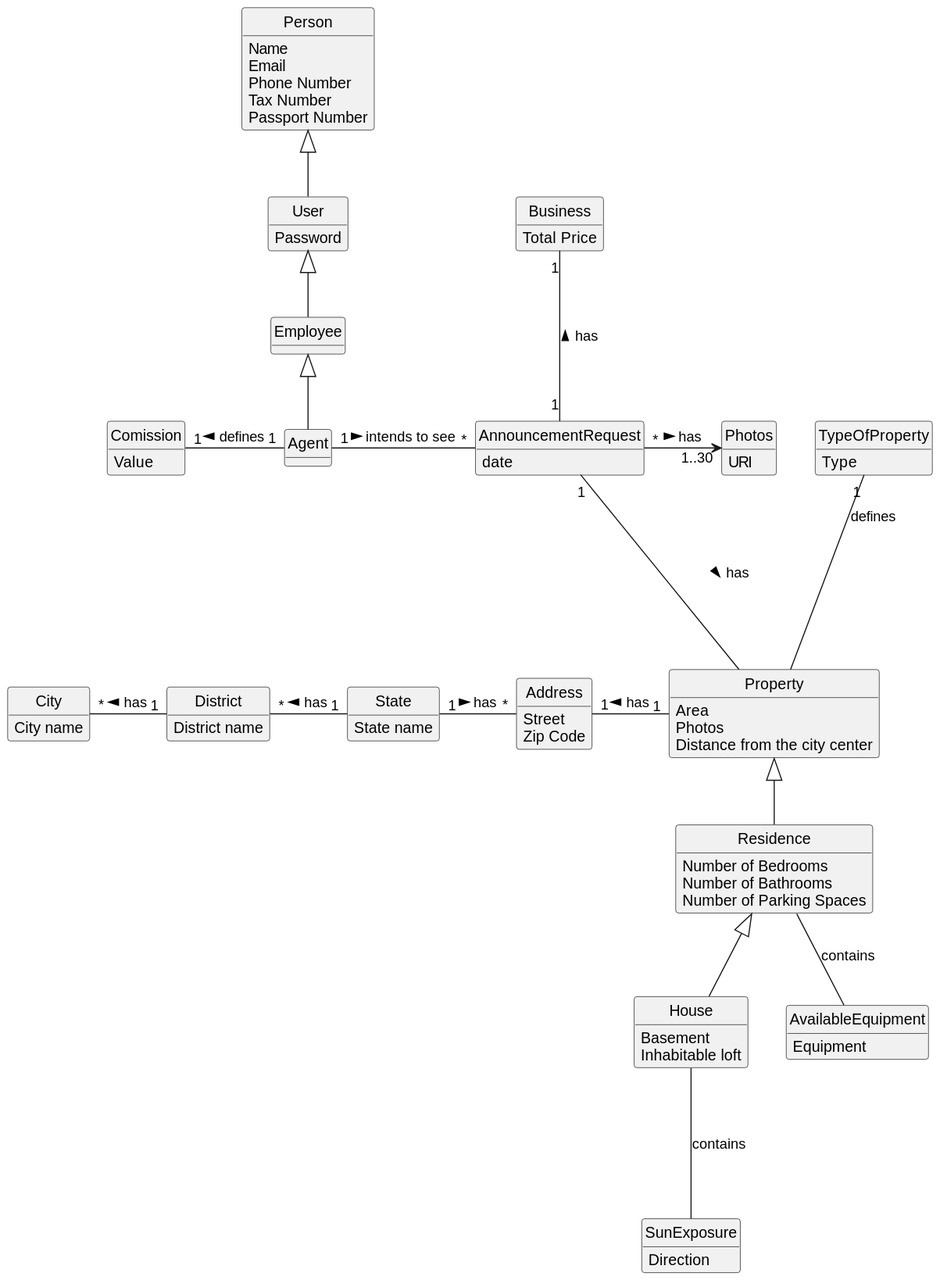
Before: docs/sprintC/US08/02.analysis/svg/us08-domain-model.svg, a diagram exported from PlantUML (PureNimble/ISEP-LAPR2).
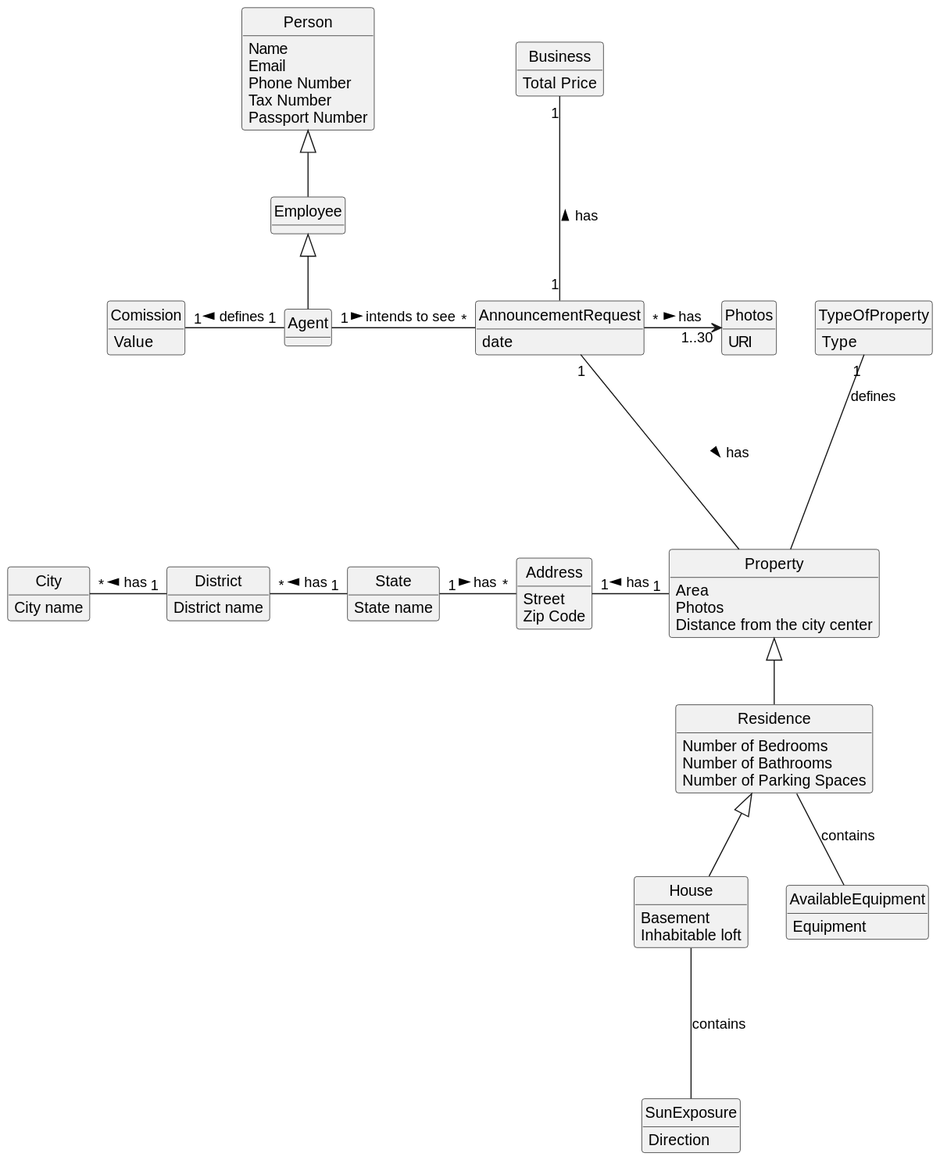
The same file after the commit.

What changed in the source:
```diff
@@ -16,11 +16,6 @@
 Phone Number
 Tax Number
 Passport Number
-}
-
-
-class User{
-Password
 }
 
 class Agent{
@@ -91,8 +86,7 @@
 
 
 
-Person <|-- User
-User <|-- Employee
+Person <|-- Employee
 Employee <|--Agent
 
 Agent "1" - "*" AnnouncementRequest:intends to see >
```
